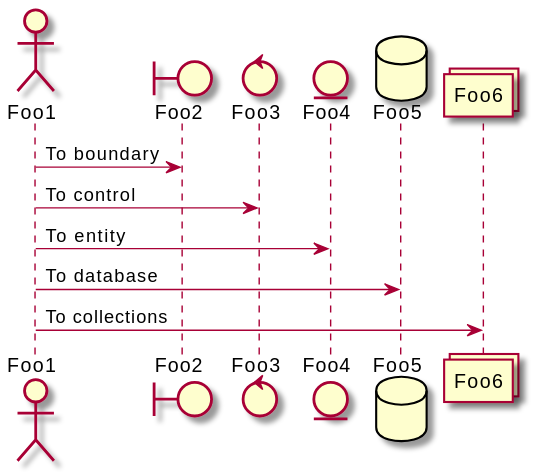
Before: example/fichier-de-test.svg, a diagram exported from PlantUML (gmevelec/test-generate-plantuml).
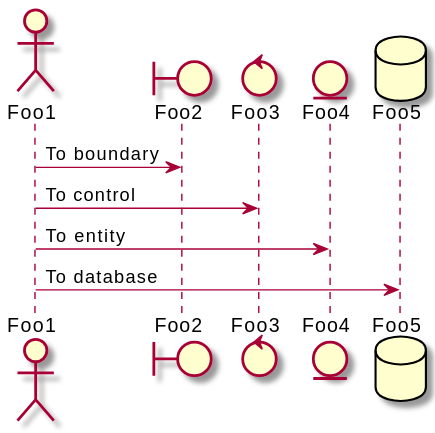
The same file after the commit.

What changed in the source:
```diff
@@ -4,10 +4,8 @@
 control Foo3
 entity Foo4
 database Foo5
-collections Foo6
 Foo1 -> Foo2 : To boundary
 Foo1 -> Foo3 : To control
 Foo1 -> Foo4 : To entity
 Foo1 -> Foo5 : To database
-Foo1 -> Foo6 : To collections
 @enduml
```
